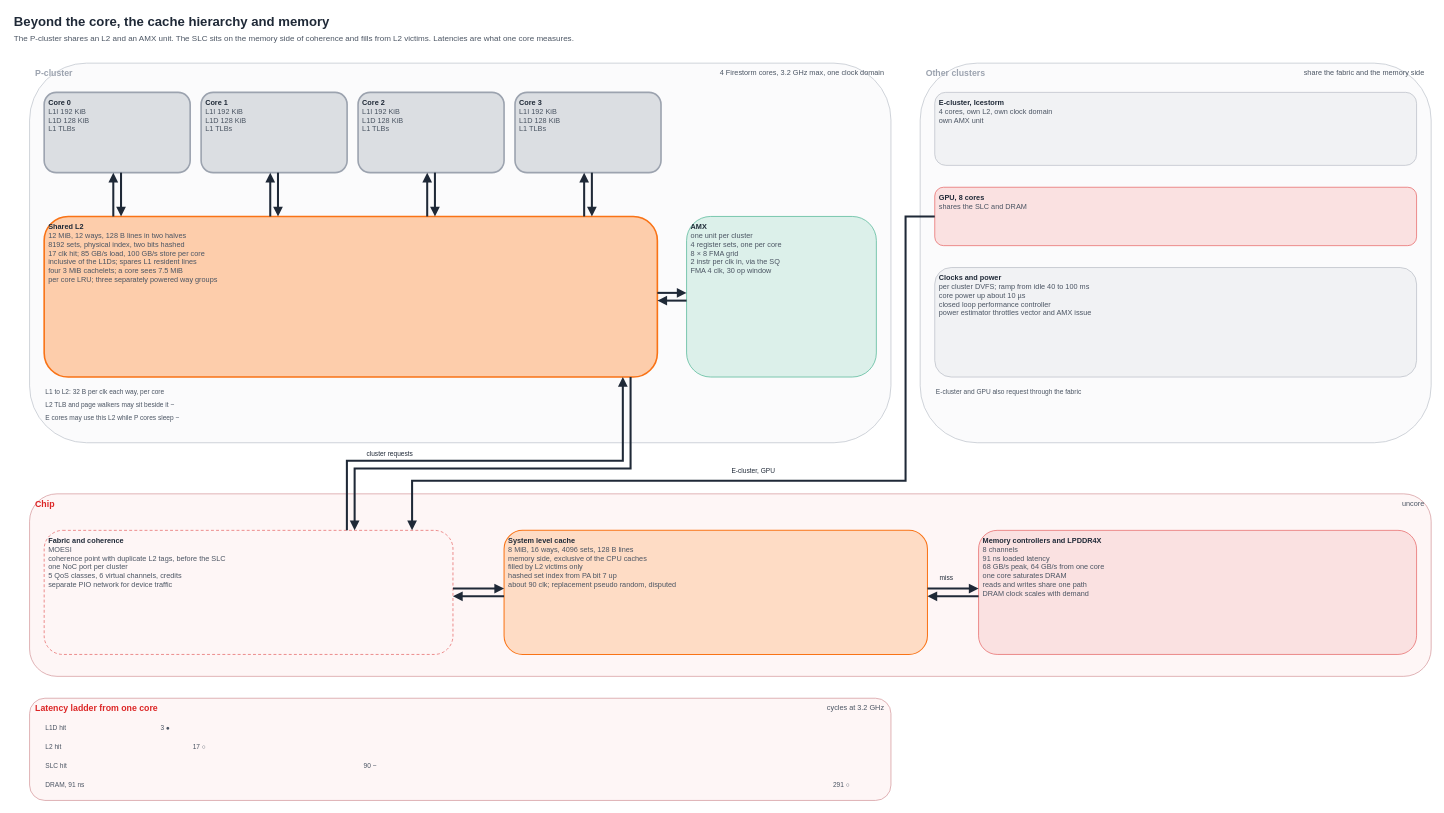
ihagedo/firestorm-diagrams keeps this draw.io diagram as drawio/port-07.drawio. Above is the earlier version. Source tidied: cells renumbered, new cells numbered last; positions are measured from the earlier drawing's top-left corner, leaving out a move shared by most shapes. Both pictures are drawn from the tidied source at 73%, with x=0, y=0 at pixel (12, 12).
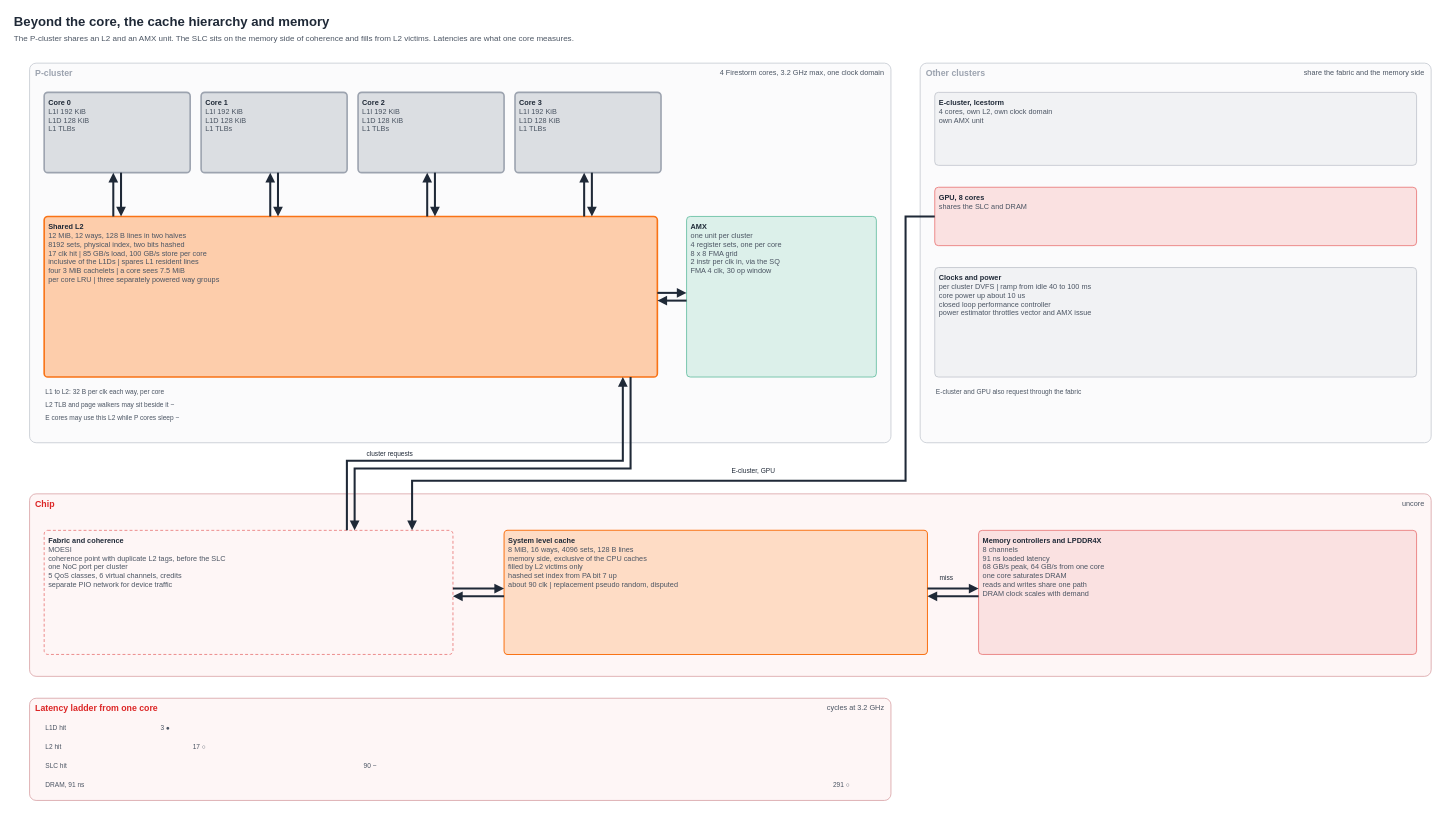
The same diagram, later.

What changed in the source:
```diff
@@
-    <mxCell id="4" value="P-cluster" style="rounded=1;whiteSpace=wrap;html=1;fillColor=#fbfbfc;strokeColor=#bec4cc;fontColor=#9ca3af;fontStyle=1;fontSize=12;align=left;verticalAlign=top;spacingLeft=6;" parent="1" vertex="1">
+    <mxCell id="4" value="P-cluster" style="rounded=1;absoluteArcSize=1;arcSize=18;whiteSpace=wrap;html=1;fillColor=#fbfbfc;strokeColor=#bec4cc;fontColor=#9ca3af;fontStyle=1;fontSize=12;align=left;verticalAlign=top;spacingLeft=6;" parent="1" vertex="1">
       <mxGeometry x="23" y="69" width="1180" height="520" as="geometry" />
     </mxCell>
@@
-    <mxCell id="6" value="Other clusters" style="rounded=1;whiteSpace=wrap;html=1;fillColor=#fbfbfc;strokeColor=#bec4cc;fontColor=#9ca3af;fontStyle=1;fontSize=12;align=left;verticalAlign=top;spacingLeft=6;" parent="1" vertex="1">
+    <mxCell id="6" value="Other clusters" style="rounded=1;absoluteArcSize=1;arcSize=18;whiteSpace=wrap;html=1;fillColor=#fbfbfc;strokeColor=#bec4cc;fontColor=#9ca3af;fontStyle=1;fontSize=12;align=left;verticalAlign=top;spacingLeft=6;" parent="1" vertex="1">
       <mxGeometry x="1243" y="69" width="700" height="520" as="geometry" />
     </mxCell>
@@
-    <mxCell id="8" value="Chip" style="rounded=1;whiteSpace=wrap;html=1;fillColor=#fef6f6;strokeColor=#d5989c;fontColor=#dc2626;fontStyle=1;fontSize=12;align=left;verticalAlign=top;spacingLeft=6;" parent="1" vertex="1">
+    <mxCell id="8" value="Chip" style="rounded=1;absoluteArcSize=1;arcSize=18;whiteSpace=wrap;html=1;fillColor=#fef6f6;strokeColor=#d5989c;fontColor=#dc2626;fontStyle=1;fontSize=12;align=left;verticalAlign=top;spacingLeft=6;" parent="1" vertex="1">
       <mxGeometry x="23" y="659" width="1920" height="250" as="geometry" />
     </mxCell>
@@
-    <mxCell id="10" value="Latency ladder from one core" style="rounded=1;whiteSpace=wrap;html=1;fillColor=#fef6f6;strokeColor=#d5989c;fontColor=#dc2626;fontStyle=1;fontSize=12;align=left;verticalAlign=top;spacingLeft=6;" parent="1" vertex="1">
+    <mxCell id="10" value="Latency ladder from one core" style="rounded=1;absoluteArcSize=1;arcSize=18;whiteSpace=wrap;html=1;fillColor=#fef6f6;strokeColor=#d5989c;fontColor=#dc2626;fontStyle=1;fontSize=12;align=left;verticalAlign=top;spacingLeft=6;" parent="1" vertex="1">
       <mxGeometry x="23" y="939" width="1180" height="140" as="geometry" />
     </mxCell>
@@
-    <mxCell id="12" value="&lt;b&gt;Core 0&lt;/b&gt;&lt;br&gt;&lt;span style='font-weight:normal;color:#4b5563'&gt;L1I 192 KiB&lt;/span&gt;&lt;br&gt;&lt;span style='font-weight:normal;color:#4b5563'&gt;L1D 128 KiB&lt;/span&gt;&lt;br&gt;&lt;span style='font-weight:normal;color:#4b5563'&gt;L1 TLBs&lt;/span&gt;" style="rounded=1;whiteSpace=wrap;html=1;fillColor=#dbdee2;strokeColor=#9ca3af;strokeWidth=2.2;dashed=0;fontSize=10;fontColor=#1f2937;align=left;verticalAlign=top;spacingLeft=4;spacingTop=2;" parent="1" vertex="1">
+    <mxCell id="12" value="&lt;b&gt;Core 0&lt;/b&gt;&lt;br&gt;&lt;span style='font-weight:normal;color:#4b5563'&gt;L1I 192 KiB&lt;/span&gt;&lt;br&gt;&lt;span style='font-weight:normal;color:#4b5563'&gt;L1D 128 KiB&lt;/span&gt;&lt;br&gt;&lt;span style='font-weight:normal;color:#4b5563'&gt;L1 TLBs&lt;/span&gt;" style="rounded=1;absoluteArcSize=1;arcSize=10;whiteSpace=wrap;html=1;fillColor=#dbdee2;strokeColor=#9ca3af;strokeWidth=2.2;dashed=0;fontSize=10;fontColor=#1f2937;align=left;verticalAlign=top;spacingLeft=4;spacingTop=2;" parent="1" vertex="1">
       <mxGeometry x="43" y="109" width="200" height="110" as="geometry" />
     </mxCell>
-    <mxCell id="13" value="&lt;b&gt;Core 1&lt;/b&gt;&lt;br&gt;&lt;span style='font-weight:normal;color:#4b5563'&gt;L1I 192 KiB&lt;/span&gt;&lt;br&gt;&lt;span style='font-weight:normal;color:#4b5563'&gt;L1D 128 KiB&lt;/span&gt;&lt;br&gt;&lt;span style='font-weight:normal;color:#4b5563'&gt;L1 TLBs&lt;/span&gt;" style="rounded=1;whiteSpace=wrap;html=1;fillColor=#dbdee2;strokeColor=#9ca3af;strokeWidth=2.2;dashed=0;fontSize=10;fontColor=#1f2937;align=left;verticalAlign=top;spacingLeft=4;spacingTop=2;" parent="1" vertex="1">
+    <mxCell id="13" value="&lt;b&gt;Core 1&lt;/b&gt;&lt;br&gt;&lt;span style='font-weight:normal;color:#4b5563'&gt;L1I 192 KiB&lt;/span&gt;&lt;br&gt;&lt;span style='font-weight:normal;color:#4b5563'&gt;L1D 128 KiB&lt;/span&gt;&lt;br&gt;&lt;span style='font-weight:normal;color:#4b5563'&gt;L1 TLBs&lt;/span&gt;" style="rounded=1;absoluteArcSize=1;arcSize=10;whiteSpace=wrap;html=1;fillColor=#dbdee2;strokeColor=#9ca3af;strokeWidth=2.2;dashed=0;fontSize=10;fontColor=#1f2937;align=left;verticalAlign=top;spacingLeft=4;spacingTop=2;" parent="1" vertex="1">
       <mxGeometry x="258" y="109" width="200" height="110" as="geometry" />
     </mxCell>
-    <mxCell id="14" value="&lt;b&gt;Core 2&lt;/b&gt;&lt;br&gt;&lt;span style='font-weight:normal;color:#4b5563'&gt;L1I 192 KiB&lt;/span&gt;&lt;br&gt;&lt;span style='font-weight:normal;color:#4b5563'&gt;L1D 128 KiB&lt;/span&gt;&lt;br&gt;&lt;span style='font-weight:normal;color:#4b5563'&gt;L1 TLBs&lt;/span&gt;" style="rounded=1;whiteSpace=wrap;html=1;fillColor=#dbdee2;strokeColor=#9ca3af;strokeWidth=2.2;dashed=0;fontSize=10;fontColor=#1f2937;align=left;verticalAlign=top;spacingLeft=4;spacingTop=2;" parent="1" vertex="1">
+    <mxCell id="14" value="&lt;b&gt;Core 2&lt;/b&gt;&lt;br&gt;&lt;span style='font-weight:normal;color:#4b5563'&gt;L1I 192 KiB&lt;/span&gt;&lt;br&gt;&lt;span style='font-weight:normal;color:#4b5563'&gt;L1D 128 KiB&lt;/span&gt;&lt;br&gt;&lt;span style='font-weight:normal;color:#4b5563'&gt;L1 TLBs&lt;/span&gt;" style="rounded=1;absoluteArcSize=1;arcSize=10;whiteSpace=wrap;html=1;fillColor=#dbdee2;strokeColor=#9ca3af;strokeWidth=2.2;dashed=0;fontSize=10;fontColor=#1f2937;align=left;verticalAlign=top;spacingLeft=4;spacingTop=2;" parent="1" vertex="1">
       <mxGeometry x="473" y="109" width="200" height="110" as="geometry" />
     </mxCell>
-    <mxCell id="15" value="&lt;b&gt;Core 3&lt;/b&gt;&lt;br&gt;&lt;span style='font-weight:normal;color:#4b5563'&gt;L1I 192 KiB&lt;/span&gt;&lt;br&gt;&lt;span style='font-weight:normal;color:#4b5563'&gt;L1D 128 KiB&lt;/span&gt;&lt;br&gt;&lt;span style='font-weight:normal;color:#4b5563'&gt;L1 TLBs&lt;/span&gt;" style="rounded=1;whiteSpace=wrap;html=1;fillColor=#dbdee2;strokeColor=#9ca3af;strokeWidth=2.2;dashed=0;fontSize=10;fontColor=#1f2937;align=left;verticalAlign=top;spacingLeft=4;spacingTop=2;" parent="1" vertex="1">
+    <mxCell id="15" value="&lt;b&gt;Core 3&lt;/b&gt;&lt;br&gt;&lt;span style='font-weight:normal;color:#4b5563'&gt;L1I 192 KiB&lt;/span&gt;&lt;br&gt;&lt;span style='font-weight:normal;color:#4b5563'&gt;L1D 128 KiB&lt;/span&gt;&lt;br&gt;&lt;span style='font-weight:normal;color:#4b5563'&gt;L1 TLBs&lt;/span&gt;" style="rounded=1;absoluteArcSize=1;arcSize=10;whiteSpace=wrap;html=1;fillColor=#dbdee2;strokeColor=#9ca3af;strokeWidth=2.2;dashed=0;fontSize=10;fontColor=#1f2937;align=left;verticalAlign=top;spacingLeft=4;spacingTop=2;" parent="1" vertex="1">
       <mxGeometry x="688" y="109" width="200" height="110" as="geometry" />
     </mxCell>
-    <mxCell id="16" value="&lt;b&gt;Shared L2&lt;/b&gt;&lt;br&gt;&lt;span style='font-weight:normal;color:#4b5563'&gt;12 MiB, 12 ways, 128 B lines in two halves&lt;/span&gt;&lt;br&gt;&lt;span style='font-weight:normal;color:#4b5563'&gt;8192 sets, physical index, two bits hashed&lt;/span&gt;&lt;br&gt;&lt;span style='font-weight:normal;color:#4b5563'&gt;17 clk hit; 85 GB/s load, 100 GB/s store per core&lt;/span&gt;&lt;br&gt;&lt;span style='font-weight:normal;color:#4b5563'&gt;inclusive of the L1Ds; spares L1 resident lines&lt;/span&gt;&lt;br&gt;&lt;span style='font-weight:normal;color:#4b5563'&gt;four 3 MiB cachelets; a core sees 7.5 MiB&lt;/span&gt;&lt;br&gt;&lt;span style='font-weight:normal;color:#4b5563'&gt;per core LRU; three separately powered way groups&lt;/span&gt;" style="rounded=1;whiteSpace=wrap;html=1;fillColor=#fdcdab;strokeColor=#f97316;strokeWidth=2.2;dashed=0;fontSize=10;fontColor=#1f2937;align=left;verticalAlign=top;spacingLeft=4;spacingTop=2;" parent="1" vertex="1">
+    <mxCell id="16" value="&lt;b&gt;Shared L2&lt;/b&gt;&lt;br&gt;&lt;span style='font-weight:normal;color:#4b5563'&gt;12 MiB, 12 ways, 128 B lines in two halves&lt;/span&gt;&lt;br&gt;&lt;span style='font-weight:normal;color:#4b5563'&gt;8192 sets, physical index, two bits hashed&lt;/span&gt;&lt;br&gt;&lt;span style='font-weight:normal;color:#4b5563'&gt;17 clk hit | 85 GB/s load, 100 GB/s store per core&lt;/span&gt;&lt;br&gt;&lt;span style='font-weight:normal;color:#4b5563'&gt;inclusive of the L1Ds | spares L1 resident lines&lt;/span&gt;&lt;br&gt;&lt;span style='font-weight:normal;color:#4b5563'&gt;four 3 MiB cachelets | a core sees 7.5 MiB&lt;/span&gt;&lt;br&gt;&lt;span style='font-weight:normal;color:#4b5563'&gt;per core LRU | three separately powered way groups&lt;/span&gt;" style="rounded=1;absoluteArcSize=1;arcSize=10;whiteSpace=wrap;html=1;fillColor=#fdcdab;strokeColor=#f97316;strokeWidth=2.2;dashed=0;fontSize=10;fontColor=#1f2937;align=left;verticalAlign=top;spacingLeft=4;spacingTop=2;" parent="1" vertex="1">
       <mxGeometry x="43" y="279" width="840" height="220" as="geometry" />
     </mxCell>
-    <mxCell id="17" value="&lt;b&gt;AMX&lt;/b&gt;&lt;br&gt;&lt;span style='font-weight:normal;color:#4b5563'&gt;one unit per cluster&lt;/span&gt;&lt;br&gt;&lt;span style='font-weight:normal;color:#4b5563'&gt;4 register sets, one per core&lt;/span&gt;&lt;br&gt;&lt;span style='font-weight:normal;color:#4b5563'&gt;8 × 8 FMA grid&lt;/span&gt;&lt;br&gt;&lt;span style='font-weight:normal;color:#4b5563'&gt;2 instr per clk in, via the SQ&lt;/span&gt;&lt;br&gt;&lt;span style='font-weight:normal;color:#4b5563'&gt;FMA 4 clk, 30 op window&lt;/span&gt;" style="rounded=1;whiteSpace=wrap;html=1;fillColor=#dcf0ea;strokeColor=#50b696;strokeWidth=1;dashed=0;fontSize=10;fontColor=#1f2937;align=left;verticalAlign=top;spacingLeft=4;spacingTop=2;" parent="1" vertex="1">
+    <mxCell id="17" value="&lt;b&gt;AMX&lt;/b&gt;&lt;br&gt;&lt;span style='font-weight:normal;color:#4b5563'&gt;one unit per cluster&lt;/span&gt;&lt;br&gt;&lt;span style='font-weight:normal;color:#4b5563'&gt;4 register sets, one per core&lt;/span&gt;&lt;br&gt;&lt;span style='font-weight:normal;color:#4b5563'&gt;8 x 8 FMA grid&lt;/span&gt;&lt;br&gt;&lt;span style='font-weight:normal;color:#4b5563'&gt;2 instr per clk in, via the SQ&lt;/span&gt;&lt;br&gt;&lt;span style='font-weight:normal;color:#4b5563'&gt;FMA 4 clk, 30 op window&lt;/span&gt;" style="rounded=1;absoluteArcSize=1;arcSize=10;whiteSpace=wrap;html=1;fillColor=#dcf0ea;strokeColor=#50b696;strokeWidth=1;dashed=0;fontSize=10;fontColor=#1f2937;align=left;verticalAlign=top;spacingLeft=4;spacingTop=2;" parent="1" vertex="1">
       <mxGeometry x="923" y="279" width="260" height="220" as="geometry" />
     </mxCell>
-    <mxCell id="18" value="&lt;b&gt;E-cluster, Icestorm&lt;/b&gt;&lt;br&gt;&lt;span style='font-weight:normal;color:#4b5563'&gt;4 cores, own L2, own clock domain&lt;/span&gt;&lt;br&gt;&lt;span style='font-weight:normal;color:#4b5563'&gt;own AMX unit&lt;/span&gt;" style="rounded=1;whiteSpace=wrap;html=1;fillColor=#f1f2f4;strokeColor=#babfc7;strokeWidth=1;dashed=0;fontSize=10;fontColor=#1f2937;align=left;verticalAlign=top;spacingLeft=4;spacingTop=2;" parent="1" vertex="1">
+    <mxCell id="18" value="&lt;b&gt;E-cluster, Icestorm&lt;/b&gt;&lt;br&gt;&lt;span style='font-weight:normal;color:#4b5563'&gt;4 cores, own L2, own clock domain&lt;/span&gt;&lt;br&gt;&lt;span style='font-weight:normal;color:#4b5563'&gt;own AMX unit&lt;/span&gt;" style="rounded=1;absoluteArcSize=1;arcSize=10;whiteSpace=wrap;html=1;fillColor=#f1f2f4;strokeColor=#babfc7;strokeWidth=1;dashed=0;fontSize=10;fontColor=#1f2937;align=left;verticalAlign=top;spacingLeft=4;spacingTop=2;" parent="1" vertex="1">
       <mxGeometry x="1263" y="109" width="660" height="100" as="geometry" />
     </mxCell>
-    <mxCell id="19" value="&lt;b&gt;GPU, 8 cores&lt;/b&gt;&lt;br&gt;&lt;span style='font-weight:normal;color:#4b5563'&gt;shares the SLC and DRAM&lt;/span&gt;" style="rounded=1;whiteSpace=wrap;html=1;fillColor=#fae1e1;strokeColor=#e66767;strokeWidth=1;dashed=0;fontSize=10;fontColor=#1f2937;align=left;verticalAlign=top;spacingLeft=4;spacingTop=2;" parent="1" vertex="1">
+    <mxCell id="19" value="&lt;b&gt;GPU, 8 cores&lt;/b&gt;&lt;br&gt;&lt;span style='font-weight:normal;color:#4b5563'&gt;shares the SLC and DRAM&lt;/span&gt;" style="rounded=1;absoluteArcSize=1;arcSize=10;whiteSpace=wrap;html=1;fillColor=#fae1e1;strokeColor=#e66767;strokeWidth=1;dashed=0;fontSize=10;fontColor=#1f2937;align=left;verticalAlign=top;spacingLeft=4;spacingTop=2;" parent="1" vertex="1">
       <mxGeometry x="1263" y="239" width="660" height="80" as="geometry" />
     </mxCell>
-    <mxCell id="20" value="&lt;b&gt;Clocks and power&lt;/b&gt;&lt;br&gt;&lt;span style='font-weight:normal;color:#4b5563'&gt;per cluster DVFS; ramp from idle 40 to 100 ms&lt;/span&gt;&lt;br&gt;&lt;span style='font-weight:normal;color:#4b5563'&gt;core power up about 10 µs&lt;/span&gt;&lt;br&gt;&lt;span style='font-weight:normal;color:#4b5563'&gt;closed loop performance controller&lt;/span&gt;&lt;br&gt;&lt;span style='font-weight:normal;color:#4b5563'&gt;power estimator throttles vector and AMX issue&lt;/span&gt;" style="rounded=1;whiteSpace=wrap;html=1;fillColor=#f1f2f4;strokeColor=#babfc7;strokeWidth=1;dashed=0;fontSize=10;fontColor=#1f2937;align=left;verticalAlign=top;spacingLeft=4;spacingTop=2;" parent="1" vertex="1">
+    <mxCell id="20" value="&lt;b&gt;Clocks and power&lt;/b&gt;&lt;br&gt;&lt;span style='font-weight:normal;color:#4b5563'&gt;per cluster DVFS | ramp from idle 40 to 100 ms&lt;/span&gt;&lt;br&gt;&lt;span style='font-weight:normal;color:#4b5563'&gt;core power up about 10 us&lt;/span&gt;&lt;br&gt;&lt;span style='font-weight:normal;color:#4b5563'&gt;closed loop performance controller&lt;/span&gt;&lt;br&gt;&lt;span style='font-weight:normal;color:#4b5563'&gt;power estimator throttles vector and AMX issue&lt;/span&gt;" style="rounded=1;absoluteArcSize=1;arcSize=10;whiteSpace=wrap;html=1;fillColor=#f1f2f4;strokeColor=#babfc7;strokeWidth=1;dashed=0;fontSize=10;fontColor=#1f2937;align=left;verticalAlign=top;spacingLeft=4;spacingTop=2;" parent="1" vertex="1">
       <mxGeometry x="1263" y="349" width="660" height="150" as="geometry" />
     </mxCell>
-    <mxCell id="21" value="&lt;b&gt;Fabric and coherence&lt;/b&gt;&lt;br&gt;&lt;span style='font-weight:normal;color:#4b5563'&gt;MOESI&lt;/span&gt;&lt;br&gt;&lt;span style='font-weight:normal;color:#4b5563'&gt;coherence point with duplicate L2 tags, before the SLC&lt;/span&gt;&lt;br&gt;&lt;span style='font-weight:normal;color:#4b5563'&gt;one NoC port per cluster&lt;/span&gt;&lt;br&gt;&lt;span style='font-weight:normal;color:#4b5563'&gt;5 QoS classes, 6 virtual channels, credits&lt;/span&gt;&lt;br&gt;&lt;span style='font-weight:normal;color:#4b5563'&gt;separate PIO network for device traffic&lt;/span&gt;" style="rounded=1;whiteSpace=wrap;html=1;fillColor=#fef6f6;strokeColor=#e66767;strokeWidth=1;dashed=1;dashPattern=4 3;fontSize=10;fontColor=#1f2937;align=left;verticalAlign=top;spacingLeft=4;spacingTop=2;" parent="1" vertex="1">
+    <mxCell id="21" value="&lt;b&gt;Fabric and coherence&lt;/b&gt;&lt;br&gt;&lt;span style='font-weight:normal;color:#4b5563'&gt;MOESI&lt;/span&gt;&lt;br&gt;&lt;span style='font-weight:normal;color:#4b5563'&gt;coherence point with duplicate L2 tags, before the SLC&lt;/span&gt;&lt;br&gt;&lt;span style='font-weight:normal;color:#4b5563'&gt;one NoC port per cluster&lt;/span&gt;&lt;br&gt;&lt;span style='font-weight:normal;color:#4b5563'&gt;5 QoS classes, 6 virtual channels, credits&lt;/span&gt;&lt;br&gt;&lt;span style='font-weight:normal;color:#4b5563'&gt;separate PIO network for device traffic&lt;/span&gt;" style="rounded=1;absoluteArcSize=1;arcSize=10;whiteSpace=wrap;html=1;fillColor=#fef6f6;strokeColor=#e66767;strokeWidth=1;dashed=1;dashPattern=4 3;fontSize=10;fontColor=#1f2937;align=left;verticalAlign=top;spacingLeft=4;spacingTop=2;" parent="1" vertex="1">
       <mxGeometry x="43" y="709" width="560" height="170" as="geometry" />
     </mxCell>
-    <mxCell id="22" value="&lt;b&gt;System level cache&lt;/b&gt;&lt;br&gt;&lt;span style='font-weight:normal;color:#4b5563'&gt;8 MiB, 16 ways, 4096 sets, 128 B lines&lt;/span&gt;&lt;br&gt;&lt;span style='font-weight:normal;color:#4b5563'&gt;memory side, exclusive of the CPU caches&lt;/span&gt;&lt;br&gt;&lt;span style='font-weight:normal;color:#4b5563'&gt;filled by L2 victims only&lt;/span&gt;&lt;br&gt;&lt;span style='font-weight:normal;color:#4b5563'&gt;hashed set index from PA bit 7 up&lt;/span&gt;&lt;br&gt;&lt;span style='font-weight:normal;color:#4b5563'&gt;about 90 clk; replacement pseudo random, disputed&lt;/span&gt;" style="rounded=1;whiteSpace=wrap;html=1;fillColor=#fedcc5;strokeColor=#f97316;strokeWidth=1.4;dashed=0;fontSize=10;fontColor=#1f2937;align=left;verticalAlign=top;spacingLeft=4;spacingTop=2;" parent="1" vertex="1">
+    <mxCell id="22" value="&lt;b&gt;System level cache&lt;/b&gt;&lt;br&gt;&lt;span style='font-weight:normal;color:#4b5563'&gt;8 MiB, 16 ways, 4096 sets, 128 B lines&lt;/span&gt;&lt;br&gt;&lt;span style='font-weight:normal;color:#4b5563'&gt;memory side, exclusive of the CPU caches&lt;/span&gt;&lt;br&gt;&lt;span style='font-weight:normal;color:#4b5563'&gt;filled by L2 victims only&lt;/span&gt;&lt;br&gt;&lt;span style='font-weight:normal;color:#4b5563'&gt;hashed set index from PA bit 7 up&lt;/span&gt;&lt;br&gt;&lt;span style='font-weight:normal;color:#4b5563'&gt;about 90 clk | replacement pseudo random, disputed&lt;/span&gt;" style="rounded=1;absoluteArcSize=1;arcSize=10;whiteSpace=wrap;html=1;fillColor=#fedcc5;strokeColor=#f97316;strokeWidth=1.4;dashed=0;fontSize=10;fontColor=#1f2937;align=left;verticalAlign=top;spacingLeft=4;spacingTop=2;" parent="1" vertex="1">
       <mxGeometry x="673" y="709" width="580" height="170" as="geometry" />
     </mxCell>
-    <mxCell id="23" value="&lt;b&gt;Memory controllers and LPDDR4X&lt;/b&gt;&lt;br&gt;&lt;span style='font-weight:normal;color:#4b5563'&gt;8 channels&lt;/span&gt;&lt;br&gt;&lt;span style='font-weight:normal;color:#4b5563'&gt;91 ns loaded latency&lt;/span&gt;&lt;br&gt;&lt;span style='font-weight:normal;color:#4b5563'&gt;68 GB/s peak, 64 GB/s from one core&lt;/span&gt;&lt;br&gt;&lt;span style='font-weight:normal;color:#4b5563'&gt;one core saturates DRAM&lt;/span&gt;&lt;br&gt;&lt;span style='font-weight:normal;color:#4b5563'&gt;reads and writes share one path&lt;/span&gt;&lt;br&gt;&lt;span style='font-weight:normal;color:#4b5563'&gt;DRAM clock scales with demand&lt;/span&gt;" style="rounded=1;whiteSpace=wrap;html=1;fillColor=#fae1e1;strokeColor=#e66767;strokeWidth=1;dashed=0;fontSize=10;fontColor=#1f2937;align=left;verticalAlign=top;spacingLeft=4;spacingTop=2;" parent="1" vertex="1">
+    <mxCell id="23" value="&lt;b&gt;Memory controllers and LPDDR4X&lt;/b&gt;&lt;br&gt;&lt;span style='font-weight:normal;color:#4b5563'&gt;8 channels&lt;/span&gt;&lt;br&gt;&lt;span style='font-weight:normal;color:#4b5563'&gt;91 ns loaded latency&lt;/span&gt;&lt;br&gt;&lt;span style='font-weight:normal;color:#4b5563'&gt;68 GB/s peak, 64 GB/s from one core&lt;/span&gt;&lt;br&gt;&lt;span style='font-weight:normal;color:#4b5563'&gt;one core saturates DRAM&lt;/span&gt;&lt;br&gt;&lt;span style='font-weight:normal;color:#4b5563'&gt;reads and writes share one path&lt;/span&gt;&lt;br&gt;&lt;span style='font-weight:normal;color:#4b5563'&gt;DRAM clock scales with demand&lt;/span&gt;" style="rounded=1;absoluteArcSize=1;arcSize=10;whiteSpace=wrap;html=1;fillColor=#fae1e1;strokeColor=#e66767;strokeWidth=1;dashed=0;fontSize=10;fontColor=#1f2937;align=left;verticalAlign=top;spacingLeft=4;spacingTop=2;" parent="1" vertex="1">
       <mxGeometry x="1323" y="709" width="600" height="170" as="geometry" />
     </mxCell>
```
